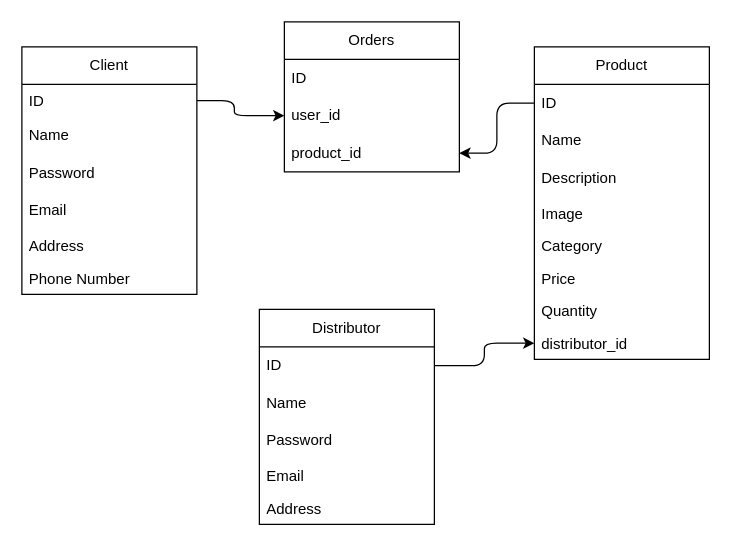
Earlier version of the draw.io diagram db-design.drawio (gilbert-ku/electro-App). Source tidied: cells renumbered, new cells numbered last; positions are measured from the earlier drawing's top-left corner, leaving out a move shared by most shapes. Both pictures are drawn from the tidied source at 125%, with x=0, y=0 at pixel (21, 21).
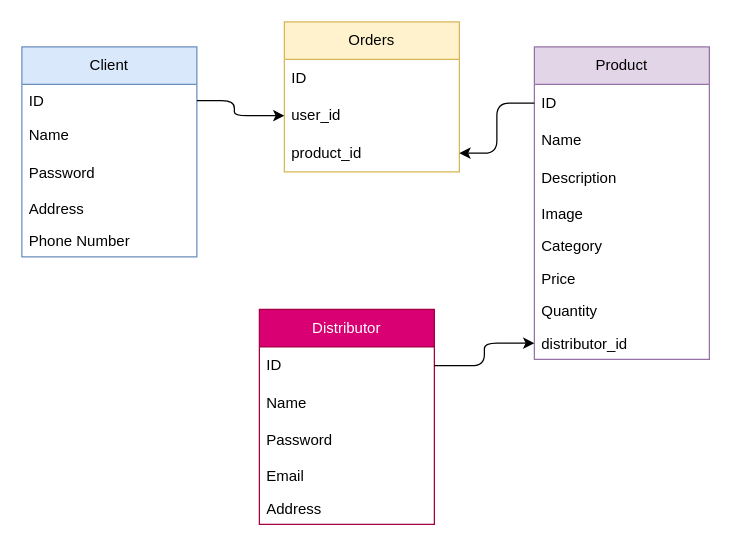
The same diagram, later.

Commit message:
removing emailcolumn in users table

The edit, as a diff of the source:
```diff
@@
-    <mxCell id="2" value="Client" style="swimlane;fontStyle=0;horizontal=1;startSize=30;whiteSpace=wrap;html=1;" parent="1" vertex="1">
-      <mxGeometry y="20" width="140" height="198" as="geometry" />
+    <mxCell id="2" value="Client" style="swimlane;fontStyle=0;horizontal=1;startSize=30;whiteSpace=wrap;html=1;fillColor=#dae8fc;strokeColor=#6c8ebf;" parent="1" vertex="1">
+      <mxGeometry y="20" width="140" height="168" as="geometry" />
     </mxCell>
@@
-    <mxCell id="6" value="Email" style="text;strokeColor=none;fillColor=none;align=left;verticalAlign=middle;spacingLeft=4;spacingRight=4;overflow=hidden;whiteSpace=wrap;html=1;" parent="2" vertex="1">
-      <mxGeometry y="116" width="140" height="30" as="geometry" />
-    </mxCell>
     <mxCell id="7" value="Address" style="text;strokeColor=none;fillColor=none;align=left;verticalAlign=top;spacingLeft=4;spacingRight=4;overflow=hidden;whiteSpace=wrap;html=1;" parent="2" vertex="1">
-      <mxGeometry y="146" width="140" height="26" as="geometry" />
+      <mxGeometry y="116" width="140" height="26" as="geometry" />
     </mxCell>
     <mxCell id="8" value="Phone Number" style="text;strokeColor=none;fillColor=none;align=left;verticalAlign=top;spacingLeft=4;spacingRight=4;overflow=hidden;whiteSpace=wrap;html=1;" parent="2" vertex="1">
-      <mxGeometry y="172" width="140" height="26" as="geometry" />
+      <mxGeometry y="142" width="140" height="26" as="geometry" />
     </mxCell>
-    <mxCell id="9" value="Orders" style="swimlane;fontStyle=0;horizontal=1;startSize=30;whiteSpace=wrap;html=1;" parent="1" vertex="1">
+    <mxCell id="9" value="Orders" style="swimlane;fontStyle=0;horizontal=1;startSize=30;whiteSpace=wrap;html=1;fillColor=#fff2cc;strokeColor=#d6b656;" parent="1" vertex="1">
       <mxGeometry x="210" width="140" height="120" as="geometry" />
     </mxCell>
@@
-    <mxCell id="13" value="Product" style="swimlane;fontStyle=0;horizontal=1;startSize=30;whiteSpace=wrap;html=1;" parent="1" vertex="1">
+    <mxCell id="13" value="Product" style="swimlane;fontStyle=0;horizontal=1;startSize=30;whiteSpace=wrap;html=1;fillColor=#e1d5e7;strokeColor=#9673a6;" parent="1" vertex="1">
       <mxGeometry x="410" y="20" width="140" height="250" as="geometry" />
     </mxCell>
@@
-    <mxCell id="22" value="Distributor" style="swimlane;fontStyle=0;horizontal=1;startSize=30;whiteSpace=wrap;html=1;" parent="1" vertex="1">
+    <mxCell id="22" value="Distributor" style="swimlane;fontStyle=0;horizontal=1;startSize=30;whiteSpace=wrap;html=1;fillColor=#d80073;fontColor=#ffffff;strokeColor=#A50040;" parent="1" vertex="1">
       <mxGeometry x="190" y="230" width="140" height="172" as="geometry" />
     </mxCell>
```
